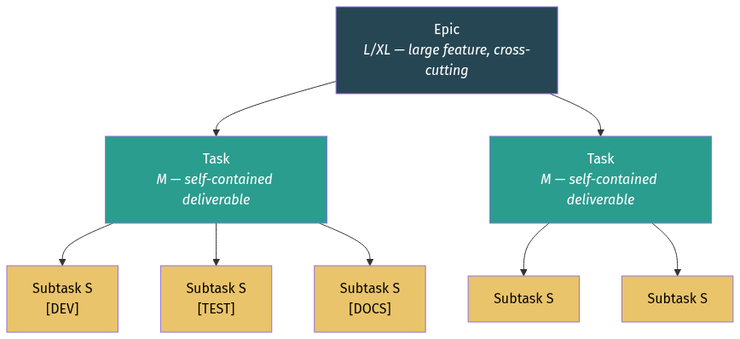
Earlier version of the Mermaid export assets/task-hierarchy.png (moniav/sk). Its source is kept beside it as assets/src/task-hierarchy.mmd. Source of this version:
```mermaid
graph TD
    Epic["Epic<br/><i>L/XL — large feature, cross-cutting</i>"]
    Epic --> T1["Task<br/><i>M — self-contained deliverable</i>"]
    Epic --> T2["Task<br/><i>M — self-contained deliverable</i>"]

    T1 --> S1["Subtask S<br/>[DEV]"]
    T1 --> S2["Subtask S<br/>[TEST]"]
    T1 --> S3["Subtask S<br/>[DOCS]"]

    T2 --> S4["Subtask S"]
    T2 --> S5["Subtask S"]

    style Epic fill:#264653,color:#fff
    style T1 fill:#2a9d8f,color:#fff
    style T2 fill:#2a9d8f,color:#fff
    style S1 fill:#e9c46a,color:#000
    style S2 fill:#e9c46a,color:#000
    style S3 fill:#e9c46a,color:#000
    style S4 fill:#e9c46a,color:#000
    style S5 fill:#e9c46a,color:#000
```
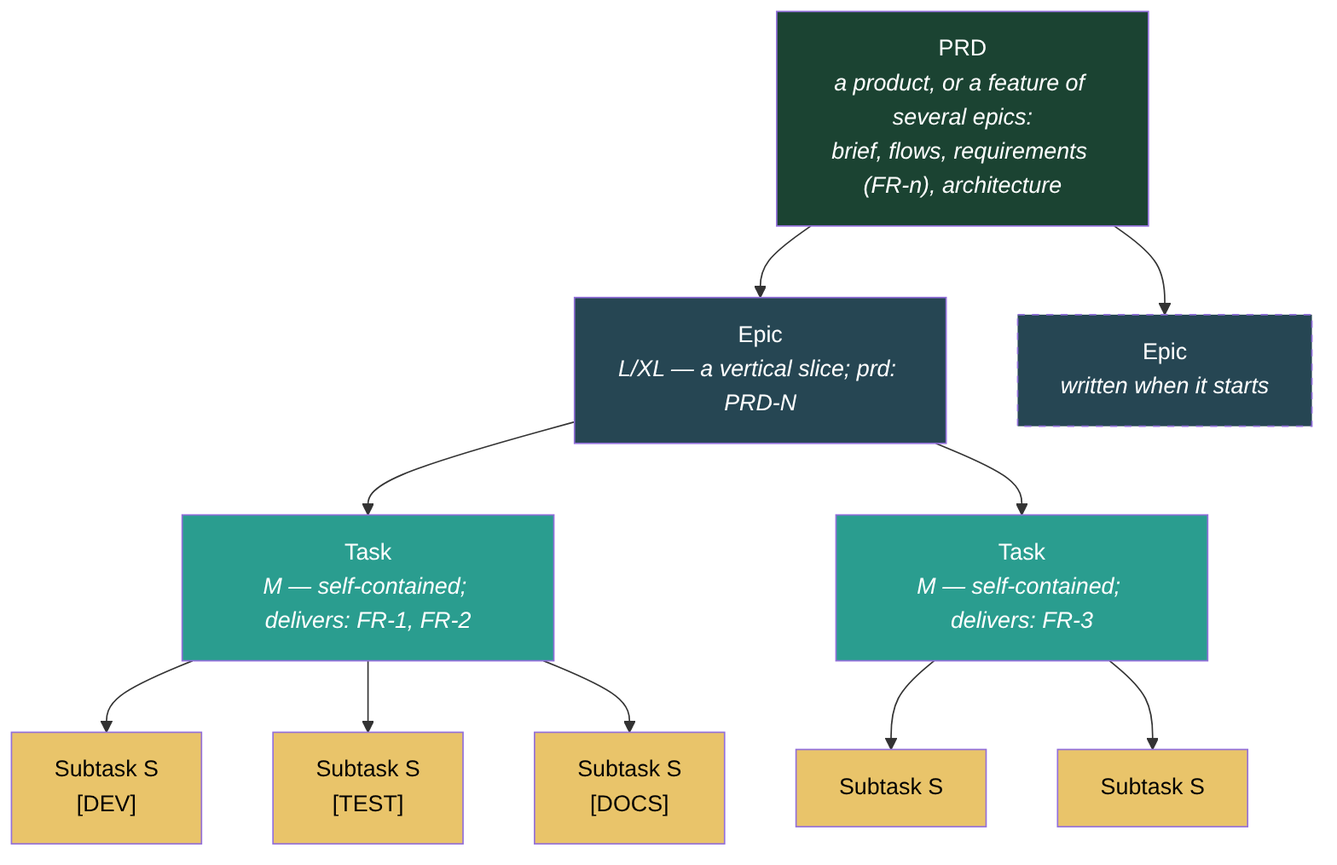
Later version of the same file.

The edit, as a diff of the source:
```diff
@@ -1,7 +1,9 @@
 graph TD
-    Epic["Epic<br/><i>L/XL — large feature, cross-cutting</i>"]
-    Epic --> T1["Task<br/><i>M — self-contained deliverable</i>"]
-    Epic --> T2["Task<br/><i>M — self-contained deliverable</i>"]
+    PRD["PRD<br/><i>a product, or a feature of several epics:<br/>brief, flows, requirements (FR-n), architecture</i>"]
+    PRD --> Epic["Epic<br/><i>L/XL — a vertical slice; prd: PRD-N</i>"]
+    PRD --> Epic2["Epic<br/><i>written when it starts</i>"]
+    Epic --> T1["Task<br/><i>M — self-contained; delivers: FR-1, FR-2</i>"]
+    Epic --> T2["Task<br/><i>M — self-contained; delivers: FR-3</i>"]
 
     T1 --> S1["Subtask S<br/>[DEV]"]
     T1 --> S2["Subtask S<br/>[TEST]"]
@@ -10,7 +12,9 @@
     T2 --> S4["Subtask S"]
     T2 --> S5["Subtask S"]
 
+    style PRD fill:#1b4332,color:#fff
     style Epic fill:#264653,color:#fff
+    style Epic2 fill:#264653,color:#fff,stroke-dasharray: 5 5
     style T1 fill:#2a9d8f,color:#fff
     style T2 fill:#2a9d8f,color:#fff
     style S1 fill:#e9c46a,color:#000
```
